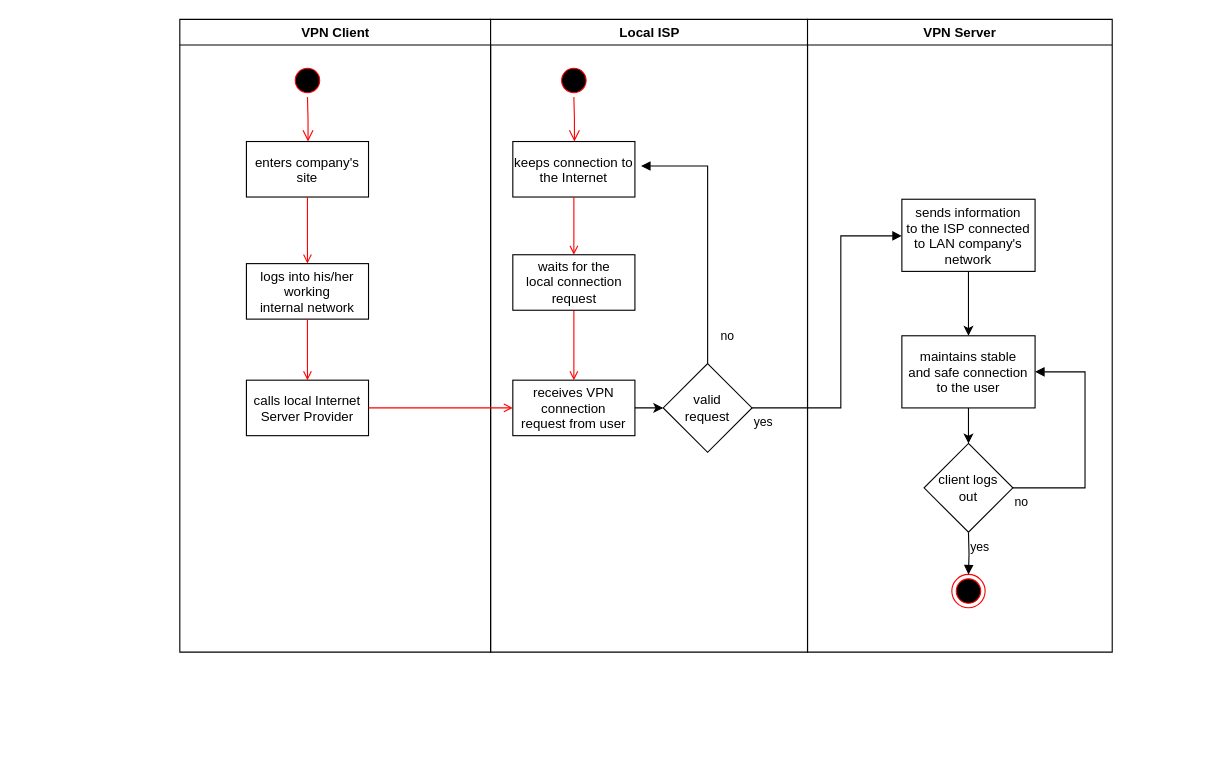
Above: Диаграмма без названия.drawio in Gycer10/Lab1 (draw.io), before the change. Source tidied: cells renumbered, new cells numbered last; positions are measured from the earlier drawing's top-left corner, leaving out a move shared by most shapes. Both pictures are drawn from the tidied source at 111%, with x=0, y=0 at pixel (179, 19).
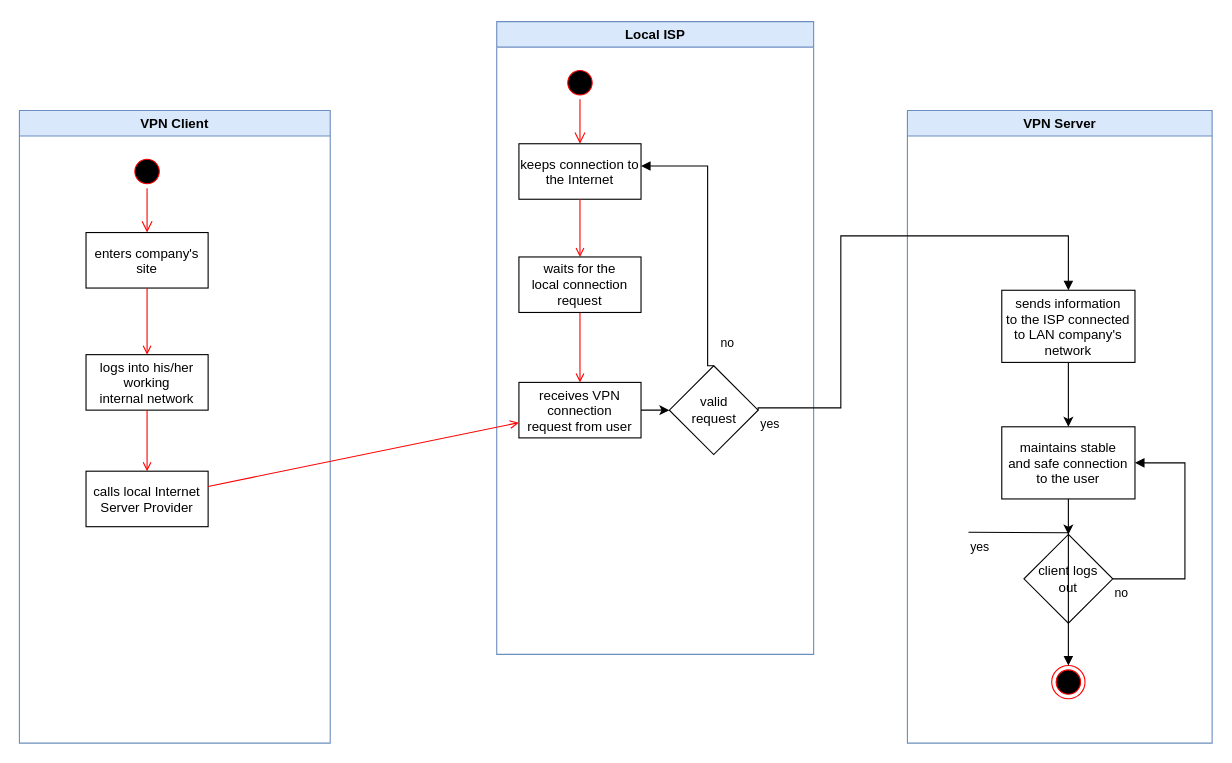
Above is the later version.

What changed in the source:
```diff
@@
-<mxGraphModel>
+<mxGraphModel background="#FFFFFF">
@@
-    <mxCell id="2" value="VPN Client" style="swimlane;whiteSpace=wrap;" parent="1" vertex="1">
-      <mxGeometry x="0.5" width="280" height="570" as="geometry" />
+    <mxCell id="2" value="VPN Client" style="swimlane;whiteSpace=wrap;fillColor=#dae8fc;strokeColor=#6c8ebf;swimlaneFillColor=default;" parent="1" vertex="1">
+      <mxGeometry x="-144" y="82" width="280" height="570" as="geometry" />
     </mxCell>
@@
-    <mxCell id="10" value="Local ISP" style="swimlane;whiteSpace=wrap;" parent="1" vertex="1">
-      <mxGeometry x="280.5" width="285.5" height="570" as="geometry" />
+    <mxCell id="10" value="Local ISP" style="swimlane;whiteSpace=wrap;fillColor=#dae8fc;strokeColor=#6c8ebf;swimlaneFillColor=default;" parent="1" vertex="1">
+      <mxGeometry x="286" y="2" width="285.5" height="570" as="geometry" />
     </mxCell>
@@
-    <mxCell id="20" value="VPN Server" style="swimlane;whiteSpace=wrap;" parent="1" vertex="1">
-      <mxGeometry x="566" width="274.5" height="570" as="geometry" />
+    <mxCell id="20" value="VPN Server" style="swimlane;whiteSpace=wrap;fillColor=#dae8fc;strokeColor=#6c8ebf;swimlaneFillColor=default;" parent="1" vertex="1">
+      <mxGeometry x="656" y="82" width="274.5" height="570" as="geometry" />
     </mxCell>
```
